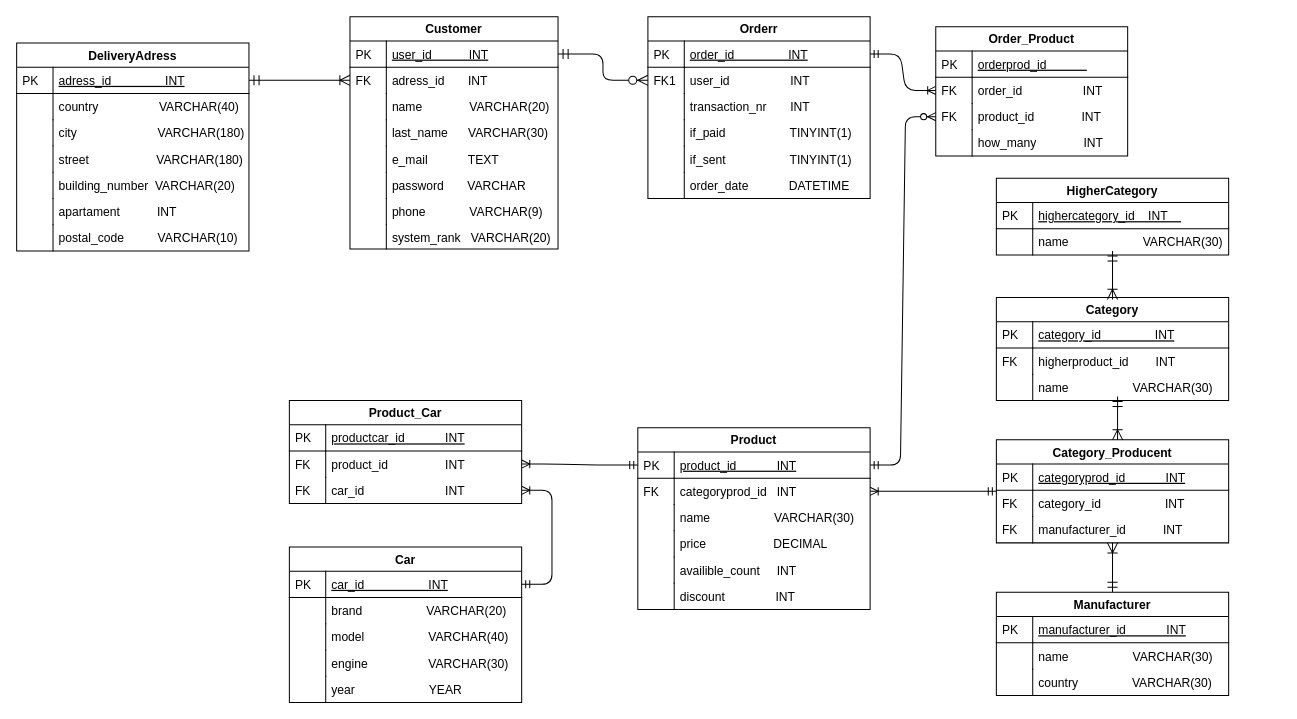
Earlier version of the draw.io diagram page "Page-1" (3 of 3) of Schemas/SCHEMAS.drawio (NickSkz/Auto-Parts-Store-Project). Source tidied: cells renumbered, new cells numbered last; positions are measured from the earlier drawing's top-left corner, leaving out a move shared by most shapes. Both pictures are drawn from the tidied source at 101%, with x=0, y=0 at pixel (16, 16).
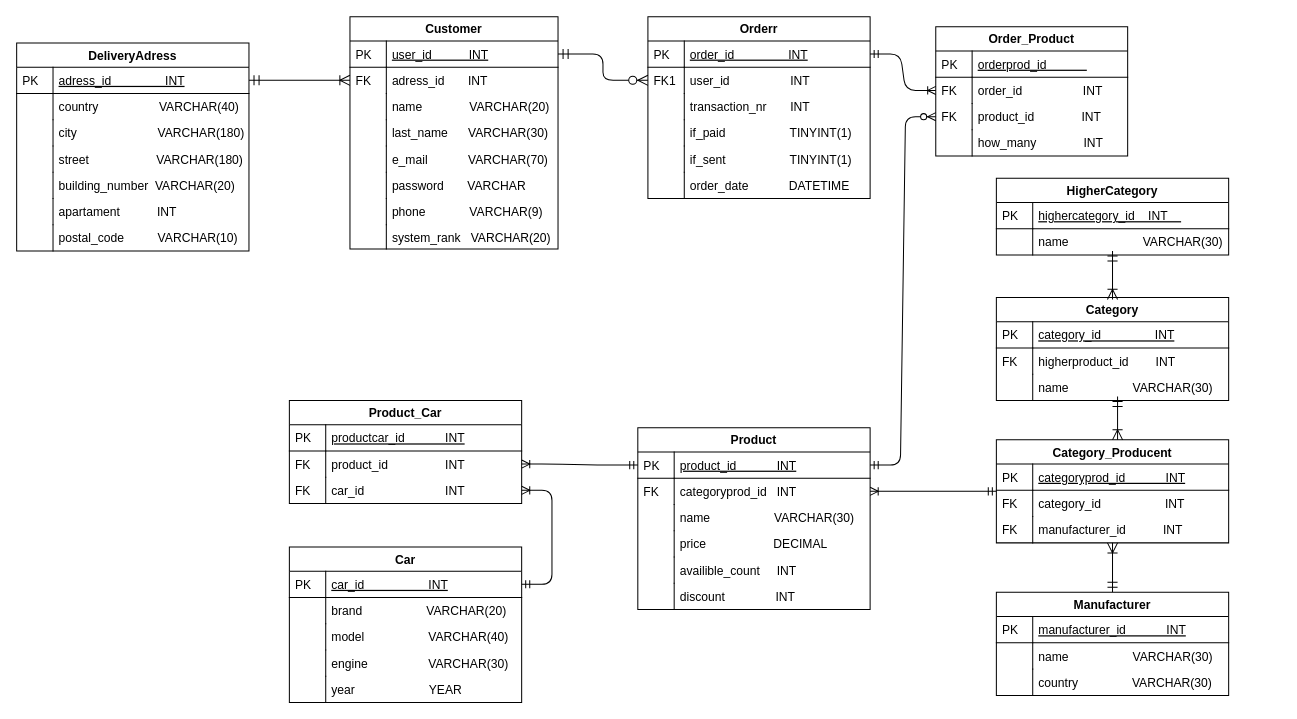
The same diagram, later.

The change refers to these unchanged cells:
```xml
<mxCell id="34" value="Customer" style="swimlane;fontStyle=1;horizontal=1;startSize=24;rounded=0;shadow=0;strokeWidth=1;" parent="1" vertex="1">
  <mxGeometry x="330" width="206" height="230" as="geometry" />
</mxCell>
```

What changed in the source:
```diff
@@
-    <mxCell id="43" value="e_mail            TEXT" style="shape=partialRectangle;top=0;left=0;right=0;bottom=0;align=left;verticalAlign=top;fillColor=none;spacingLeft=40;spacingRight=4;overflow=hidden;rounded=0;shadow=0;strokeWidth=1;" parent="34" vertex="1">
+    <mxCell id="43" value="e_mail            VARCHAR(70)" style="shape=partialRectangle;top=0;left=0;right=0;bottom=0;align=left;verticalAlign=top;fillColor=none;spacingLeft=40;spacingRight=4;overflow=hidden;rounded=0;shadow=0;strokeWidth=1;" parent="34" vertex="1">
       <mxGeometry y="128" width="206" height="26" as="geometry" />
     </mxCell>
```
